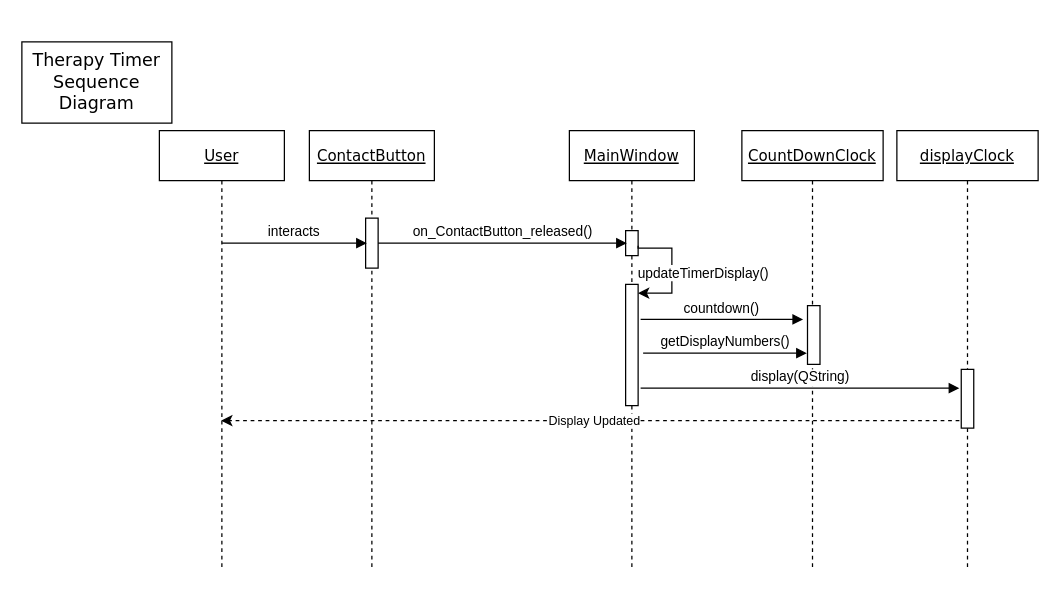
The draw.io diagram Documentation/TherapyTimer.drawio in Hall-Andrew/CESDEVICE-3004FinalProject, before the edit. Source tidied: cells renumbered, new cells numbered last; positions are measured from the earlier drawing's top-left corner, leaving out a move shared by most shapes. Both pictures are drawn from the tidied source at 125%, with x=0, y=0 at pixel (21, 41).
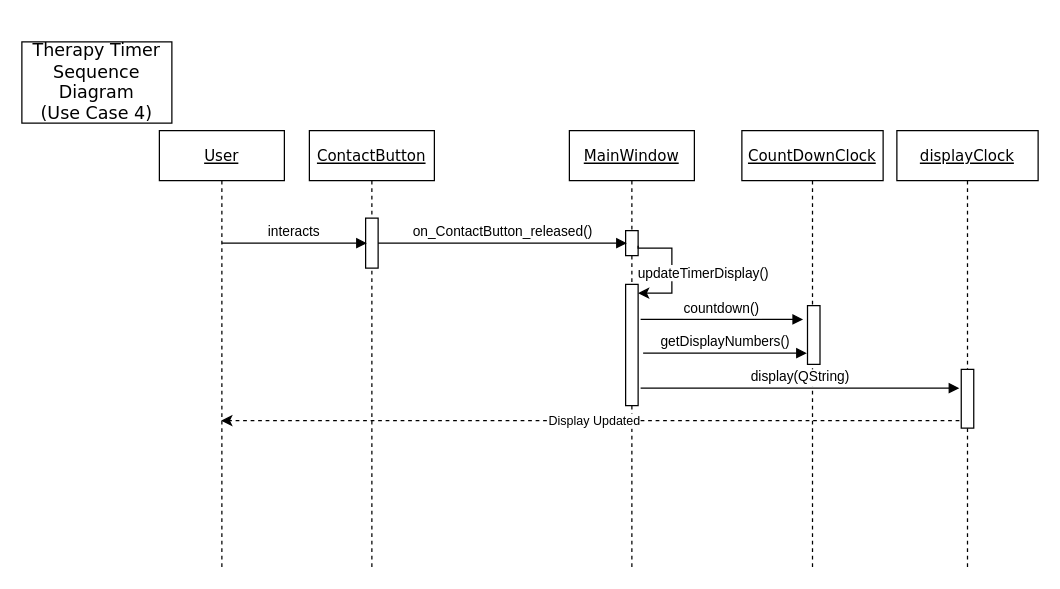
After the change.

Commit message (it also covers changes not shown here):
Fixed Sequence Diagrams

The edit, as a diff of the source:
```diff
@@
-    <mxCell id="18" value="&lt;br&gt;&lt;div style=&quot;text-align: center&quot;&gt;&lt;span style=&quot;font-size: 14px&quot;&gt;Therapy Timer Sequence Diagram&lt;/span&gt;&lt;/div&gt;&lt;div style=&quot;text-align: center&quot;&gt;&lt;span style=&quot;font-size: 14px&quot;&gt;&lt;br&gt;&lt;/span&gt;&lt;/div&gt;" style="rounded=0;whiteSpace=wrap;html=1;fontFamily=Verdana;fillColor=default;" parent="1" vertex="1">
+    <mxCell id="18" value="&lt;br&gt;&lt;div style=&quot;text-align: center&quot;&gt;&lt;span style=&quot;font-size: 14px&quot;&gt;Therapy Timer Sequence Diagram&lt;/span&gt;&lt;/div&gt;&lt;div style=&quot;text-align: center&quot;&gt;&lt;span style=&quot;font-size: 14px&quot;&gt;(Use Case 4)&lt;/span&gt;&lt;/div&gt;&lt;div style=&quot;text-align: center&quot;&gt;&lt;span style=&quot;font-size: 14px&quot;&gt;&lt;br&gt;&lt;/span&gt;&lt;/div&gt;" style="rounded=0;whiteSpace=wrap;html=1;fontFamily=Verdana;fillColor=default;" parent="1" vertex="1">
       <mxGeometry width="120" height="65" as="geometry" />
     </mxCell>
```
